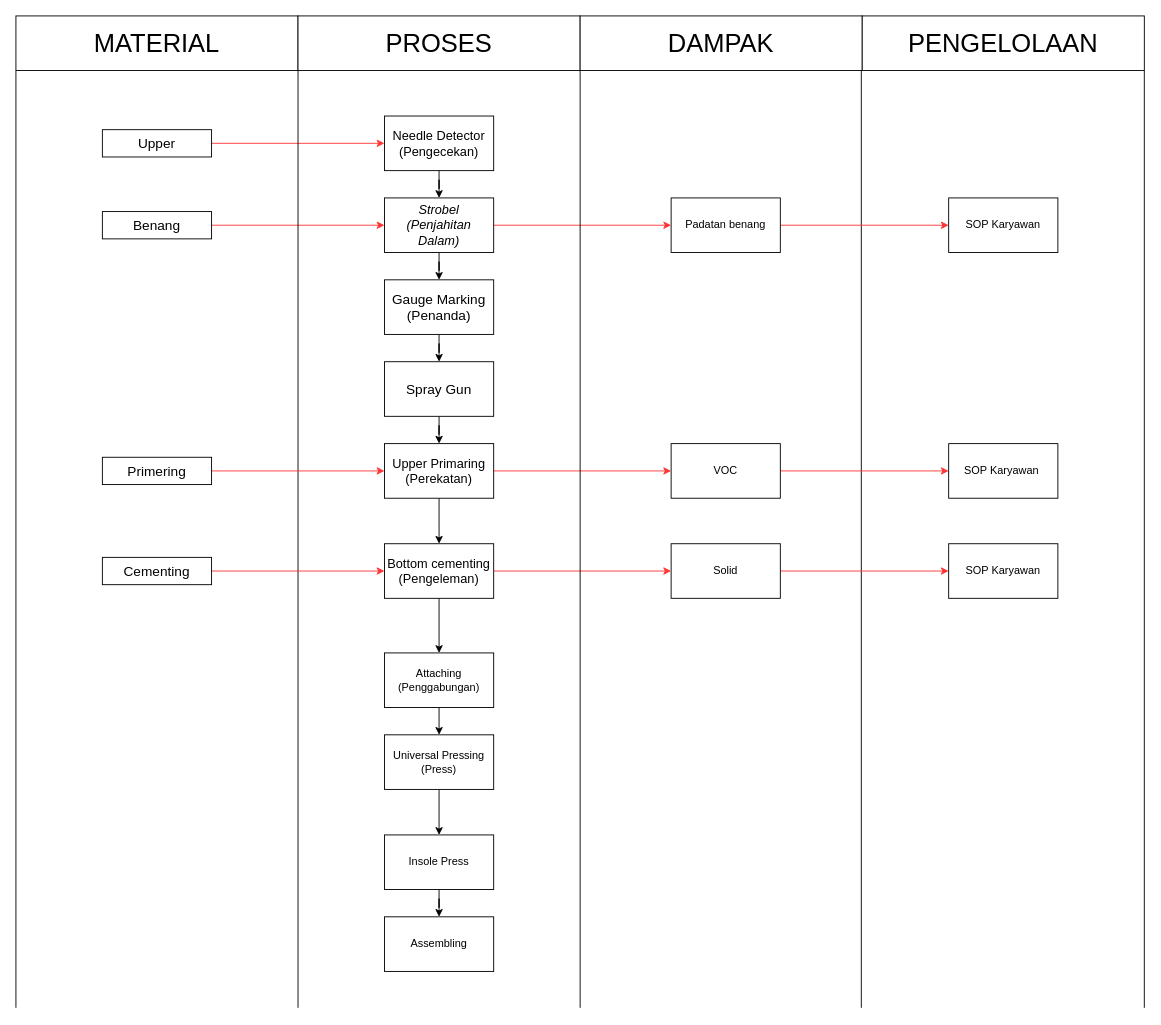
Before: page "Assambling" (3 of 4) of Diagram Produksi SCI.drawio in famowoiii/api-bangkit, a draw.io diagram. Source tidied: cells renumbered, new cells numbered last; positions are measured from the earlier drawing's top-left corner, leaving out a move shared by most shapes. Both pictures are drawn from the tidied source at 91%, with x=0, y=0 at pixel (15, 15).
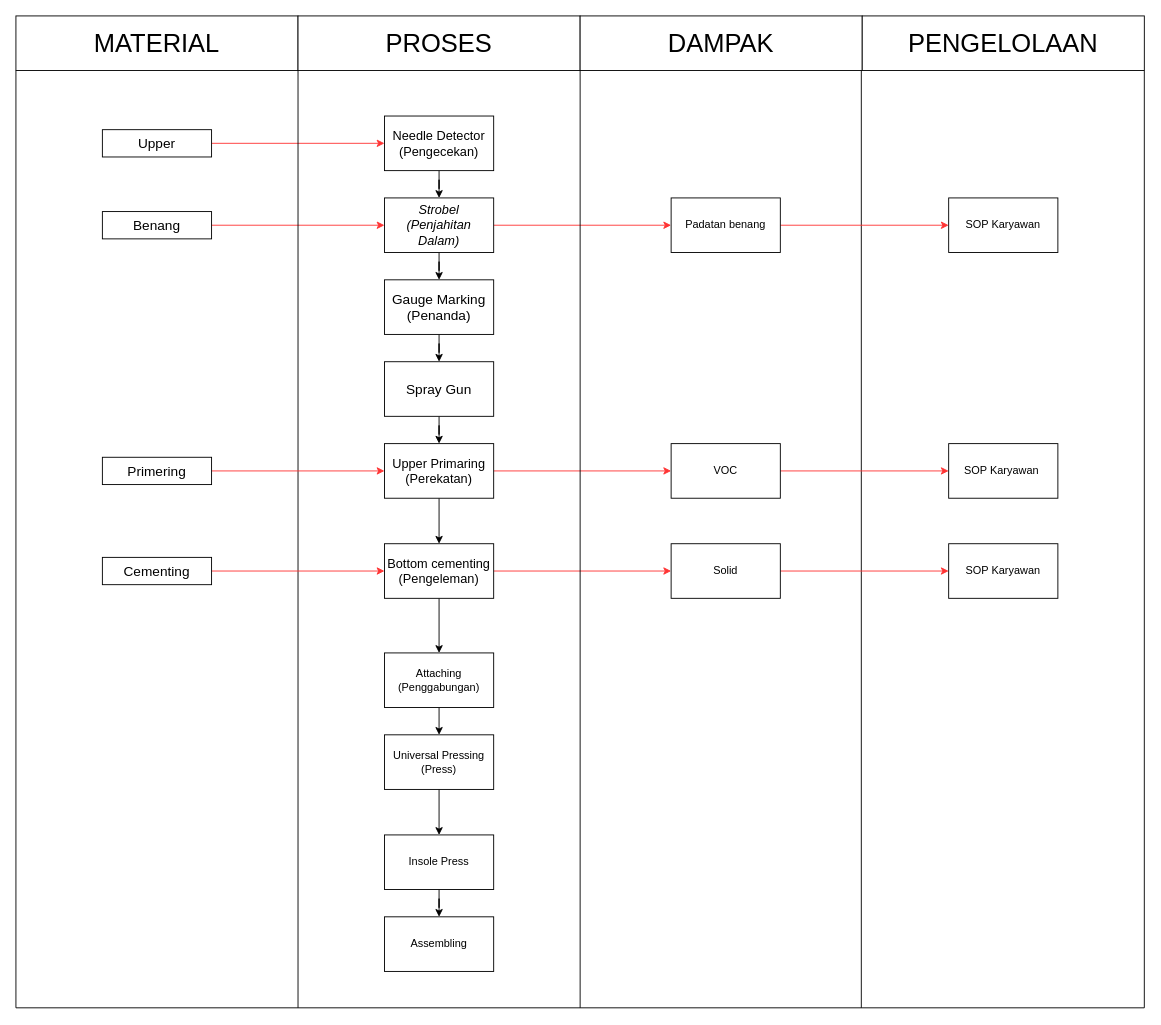
Above is the later version.

Diff of the diagram source:
```diff
@@
+    <mxCell id="50" style="endArrow=none;html=1;rounded=0;defaultLabelBackgroundColor=page;" parent="1" edge="1">
+      <mxGeometry relative="1" as="geometry">
+        <mxPoint y="1090" as="sourcePoint" />
+        <mxPoint x="1240" y="1090" as="targetPoint" />
+      </mxGeometry>
+    </mxCell>
```
